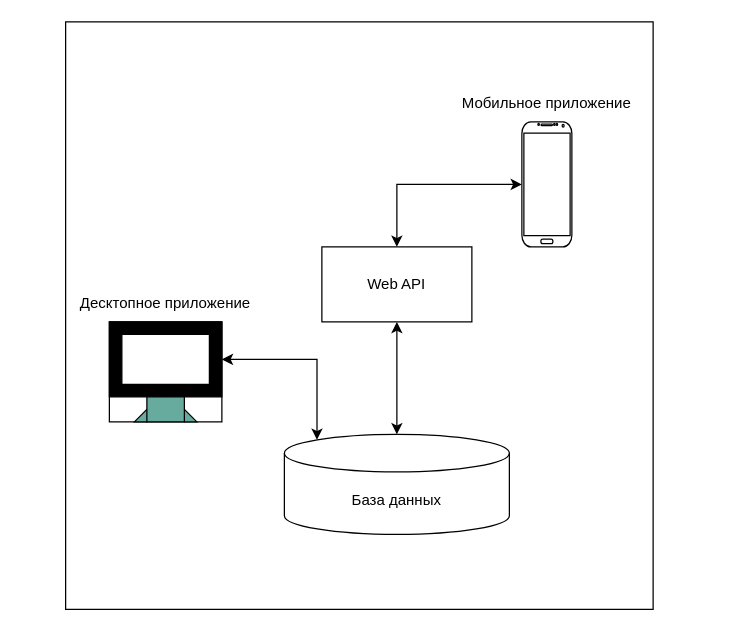
AntonSidorov1/DiplomProject keeps this draw.io diagram as page "Взаимодействи компоннтов системы" (11 of 11) of Диаграммы музыкального магазина.drawio. Above is the earlier version. Source tidied: cells renumbered, new cells numbered last; positions are measured from the earlier drawing's top-left corner, leaving out a move shared by most shapes. Both pictures are drawn from the tidied source at 125%, with x=0, y=0 at pixel (65, 21).
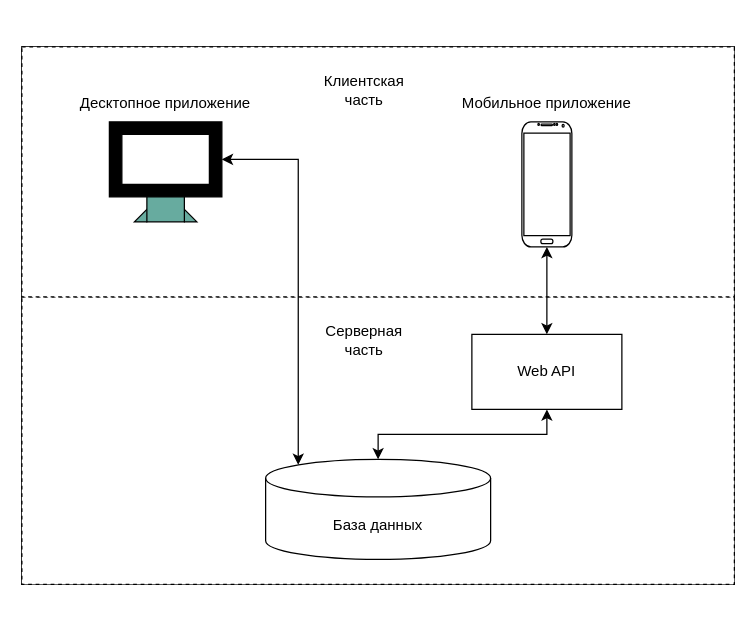
The same page after the edit.

What changed in the source:
```diff
@@
+    <mxCell id="17" style="rounded=0;whiteSpace=wrap;html=1;fillColor=none;" parent="1" vertex="1">
+      <mxGeometry x="-35" y="20" width="570" height="430" as="geometry" />
+    </mxCell>
+    <mxCell id="18" style="rounded=0;whiteSpace=wrap;html=1;" parent="1" vertex="1">
+      <mxGeometry x="-35" y="20" width="570" height="430" as="geometry" />
+    </mxCell>
+    <mxCell id="19" style="rounded=0;whiteSpace=wrap;html=1;dashed=1;" parent="1" vertex="1">
+      <mxGeometry x="-35" y="220" width="570" height="230" as="geometry" />
+    </mxCell>
+    <mxCell id="20" style="rounded=0;whiteSpace=wrap;html=1;dashed=1;" parent="1" vertex="1">
+      <mxGeometry x="-35" y="20" width="570" height="200" as="geometry" />
+    </mxCell>
     <mxCell id="2" value="База данных" style="shape=cylinder3;whiteSpace=wrap;html=1;boundedLbl=1;backgroundOutline=1;size=15;strokeColor=#000000;fillColor=none;" parent="1" vertex="1">
-      <mxGeometry x="175" y="330" width="180" height="80" as="geometry" />
+      <mxGeometry x="160" y="350" width="180" height="80" as="geometry" />
     </mxCell>
@@
     <mxCell id="4" value="Web API" style="rounded=0;whiteSpace=wrap;html=1;strokeColor=#000000;fillColor=none;" parent="1" vertex="1">
-      <mxGeometry x="205" y="180" width="120" height="60" as="geometry" />
+      <mxGeometry x="325" y="250" width="120" height="60" as="geometry" />
     </mxCell>
@@
-    <mxCell id="8" style="group;strokeColor=#000000;fillColor=none;" parent="1" vertex="1">
-      <mxGeometry x="35" y="240" width="90" height="80" as="geometry" />
-    </mxCell>
+    <mxCell id="14" style="edgeStyle=orthogonalEdgeStyle;rounded=0;jettySize=auto;html=1;exitX=1;exitY=0.5;exitDx=0;exitDy=0;entryX=0.145;entryY=0;entryDx=0;entryDy=4.35;entryPerimeter=0;startArrow=classic;startFill=1;" parent="1" edge="1" source="9" target="2">
+      <mxGeometry relative="1" as="geometry" />
+    </mxCell>
+    <mxCell id="15" value="Десктопное приложение" style="text;html=1;strokeColor=none;fillColor=none;align=center;verticalAlign=middle;whiteSpace=wrap;rounded=0;" parent="1" vertex="1">
+      <mxGeometry y="50" width="160" height="30" as="geometry" />
+    </mxCell>
+    <mxCell id="21" value="Клиентская часть" style="text;html=1;strokeColor=none;fillColor=none;align=center;verticalAlign=middle;whiteSpace=wrap;rounded=0;dashed=1;" parent="1" vertex="1">
+      <mxGeometry x="209" y="40" width="60" height="30" as="geometry" />
+    </mxCell>
+    <mxCell id="22" value="Серверная часть" style="text;html=1;strokeColor=none;fillColor=none;align=center;verticalAlign=middle;whiteSpace=wrap;rounded=0;dashed=1;" parent="1" vertex="1">
+      <mxGeometry x="209" y="240" width="60" height="30" as="geometry" />
+    </mxCell>
-    <mxCell id="9" style="rounded=0;whiteSpace=wrap;html=1;fillColor=#000000;strokeColor=#000000;" parent="8" vertex="1">
-      <mxGeometry width="90" height="60" as="geometry" />
+    <mxCell id="9" style="rounded=0;whiteSpace=wrap;html=1;fillColor=#000000;strokeColor=#000000;" parent="1" vertex="1">
+      <mxGeometry x="35" y="80" width="90" height="60" as="geometry" />
     </mxCell>
-    <mxCell id="10" style="rounded=0;whiteSpace=wrap;html=1;fillColor=default;strokeColor=#000000;" parent="8" vertex="1">
-      <mxGeometry x="10" y="10" width="70" height="40" as="geometry" />
+    <mxCell id="10" style="rounded=0;whiteSpace=wrap;html=1;fillColor=default;strokeColor=#000000;" parent="1" vertex="1">
+      <mxGeometry x="45" y="90" width="70" height="40" as="geometry" />
     </mxCell>
-    <mxCell id="11" style="shape=parallelogram;perimeter=parallelogramPerimeter;whiteSpace=wrap;html=1;fixedSize=1;strokeColor=#000000;fillColor=#67AB9F;" parent="8" vertex="1">
-      <mxGeometry x="20" y="60" width="30" height="20" as="geometry" />
+    <mxCell id="11" style="shape=parallelogram;perimeter=parallelogramPerimeter;whiteSpace=wrap;html=1;fixedSize=1;strokeColor=#000000;fillColor=#67AB9F;" parent="1" vertex="1">
+      <mxGeometry x="55" y="140" width="30" height="20" as="geometry" />
     </mxCell>
-    <mxCell id="12" style="shape=parallelogram;perimeter=parallelogramPerimeter;whiteSpace=wrap;html=1;fixedSize=1;strokeColor=#000000;fillColor=#67AB9F;direction=west;rotation=180;flipH=1;" parent="8" vertex="1">
-      <mxGeometry x="40" y="60" width="30" height="20" as="geometry" />
+    <mxCell id="12" style="shape=parallelogram;perimeter=parallelogramPerimeter;whiteSpace=wrap;html=1;fixedSize=1;strokeColor=#000000;fillColor=#67AB9F;direction=west;rotation=180;flipH=1;" parent="1" vertex="1">
+      <mxGeometry x="75" y="140" width="30" height="20" as="geometry" />
     </mxCell>
-    <mxCell id="13" style="rounded=0;whiteSpace=wrap;html=1;strokeColor=#000000;fillColor=#67AB9F;" parent="8" vertex="1">
-      <mxGeometry x="30" y="60" width="30" height="20" as="geometry" />
+    <mxCell id="13" style="rounded=0;whiteSpace=wrap;html=1;strokeColor=#000000;fillColor=#67AB9F;" parent="1" vertex="1">
+      <mxGeometry x="65" y="140" width="30" height="20" as="geometry" />
     </mxCell>
-    <mxCell id="14" style="edgeStyle=orthogonalEdgeStyle;rounded=0;jettySize=auto;html=1;exitX=1;exitY=0.5;exitDx=0;exitDy=0;entryX=0.145;entryY=0;entryDx=0;entryDy=4.35;entryPerimeter=0;startArrow=classic;startFill=1;" parent="1" edge="1" source="9" target="2">
-      <mxGeometry relative="1" as="geometry" />
-    </mxCell>
-    <mxCell id="15" value="Десктопное приложение" style="text;html=1;strokeColor=none;fillColor=none;align=center;verticalAlign=middle;whiteSpace=wrap;rounded=0;" parent="1" vertex="1">
-      <mxGeometry y="210" width="160" height="30" as="geometry" />
-    </mxCell>
-    <mxCell id="16" style="whiteSpace=wrap;html=1;strokeColor=#000000;fillColor=none;" parent="1" vertex="1">
-      <mxGeometry width="470" height="470" as="geometry" />
-    </mxCell>
```
